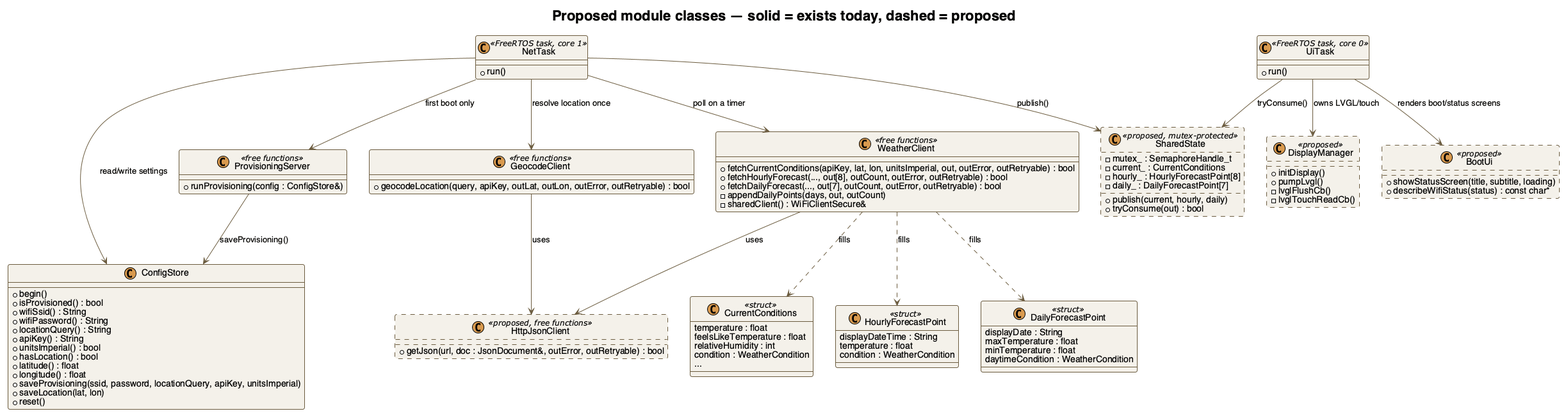
Before: docs/diagrams/class-diagram.png, a diagram exported from PlantUML (arunkumar-mourougappane/tab5-google-weather).
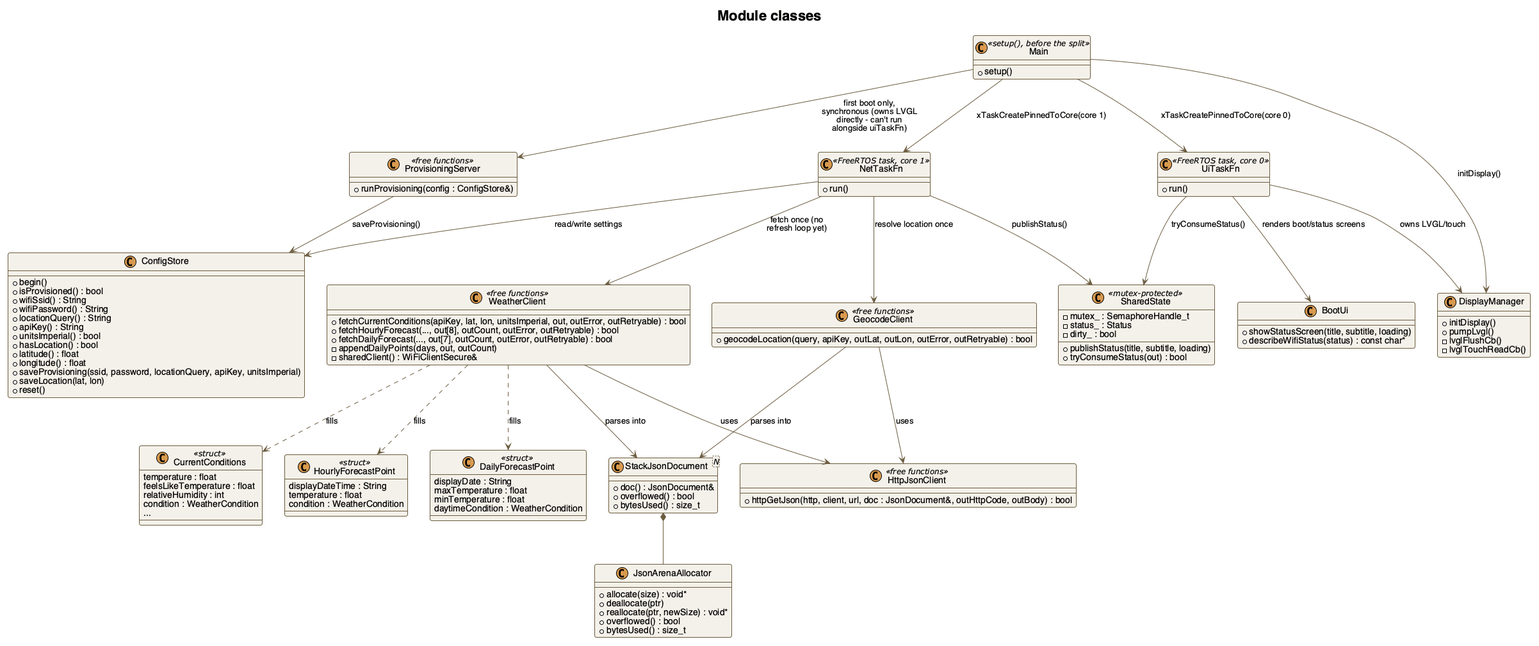
After the change.

Commit message:
refactor: split boot flow into uiTask (core 0) and netTask (core 1)

Change to the diagram source:
```diff
@@ -11,13 +11,17 @@
 }
 skinparam stereotypeCBackgroundColor #D99A4E
 
-title Proposed module classes — solid = exists today, dashed = proposed
+title Module classes
 
-class NetTask <<FreeRTOS task, core 1>> {
+class Main <<setup(), before the split>> {
+  + setup()
+}
+
+class NetTaskFn <<FreeRTOS task, core 1>> {
   + run()
 }
 
-class UiTask <<FreeRTOS task, core 0>> {
+class UiTaskFn <<FreeRTOS task, core 0>> {
   + run()
 }
 
@@ -41,9 +45,24 @@
   + runProvisioning(config : ConfigStore&)
 }
 
-class "HttpJsonClient" as HttpJsonClient <<proposed, free functions>> #line.dashed {
-  + getJson(url, doc : JsonDocument&, outError, outRetryable) : bool
+class "HttpJsonClient" as HttpJsonClient <<free functions>> {
+  + httpGetJson(http, client, url, doc : JsonDocument&, outHttpCode, outBody) : bool
 }
+
+class "JsonArenaAllocator" as JsonArena {
+  + allocate(size) : void*
+  + deallocate(ptr)
+  + reallocate(ptr, newSize) : void*
+  + overflowed() : bool
+  + bytesUsed() : size_t
+}
+
+class "StackJsonDocument<N>" as StackJsonDocument {
+  + doc() : JsonDocument&
+  + overflowed() : bool
+  + bytesUsed() : size_t
+}
+StackJsonDocument *-- JsonArena
 
 class GeocodeClient <<free functions>> {
   + geocodeLocation(query, apiKey, outLat, outLon, outError, outRetryable) : bool
@@ -78,42 +97,47 @@
   daytimeCondition : WeatherCondition
 }
 
-class "SharedState" as SharedState <<proposed, mutex-protected>> #line.dashed {
+class "SharedState" as SharedState <<mutex-protected>> {
   - mutex_ : SemaphoreHandle_t
-  - current_ : CurrentConditions
-  - hourly_ : HourlyForecastPoint[8]
-  - daily_ : DailyForecastPoint[7]
-  + publish(current, hourly, daily)
-  + tryConsume(out) : bool
+  - status_ : Status
+  - dirty_ : bool
+  + publishStatus(title, subtitle, loading)
+  + tryConsumeStatus(out) : bool
 }
 
-class "DisplayManager" as DisplayManager <<proposed>> #line.dashed {
+class "DisplayManager" as DisplayManager {
   + initDisplay()
   + pumpLvgl()
   - lvglFlushCb()
   - lvglTouchReadCb()
 }
 
-class "BootUi" as BootUi <<proposed>> #line.dashed {
+class "BootUi" as BootUi {
   + showStatusScreen(title, subtitle, loading)
   + describeWifiStatus(status) : const char*
 }
 
-NetTask --> ProvisioningServer : first boot only
-NetTask --> ConfigStore : read/write settings
-NetTask --> GeocodeClient : resolve location once
-NetTask --> WeatherClient : poll on a timer
-NetTask --> SharedState : publish()
+Main --> ProvisioningServer : first boot only,\nsynchronous (owns LVGL\ndirectly - can't run\nalongside uiTaskFn)
+Main --> DisplayManager : initDisplay()
+Main --> NetTaskFn : xTaskCreatePinnedToCore(core 1)
+Main --> UiTaskFn : xTaskCreatePinnedToCore(core 0)
+ProvisioningServer --> ConfigStore : saveProvisioning()
+
+NetTaskFn --> ConfigStore : read/write settings
+NetTaskFn --> GeocodeClient : resolve location once
+NetTaskFn --> WeatherClient : fetch once (no\nrefresh loop yet)
+NetTaskFn --> SharedState : publishStatus()
 
 GeocodeClient --> HttpJsonClient : uses
 WeatherClient --> HttpJsonClient : uses
+GeocodeClient --> StackJsonDocument : parses into
+WeatherClient --> StackJsonDocument : parses into
 WeatherClient ..> CurrentConditions : fills
 WeatherClient ..> HourlyForecastPoint : fills
 WeatherClient ..> DailyForecastPoint : fills
-ProvisioningServer --> ConfigStore : saveProvisioning()
 
-UiTask --> DisplayManager : owns LVGL/touch
-UiTask --> BootUi : renders boot/status screens
-UiTask --> SharedState : tryConsume()
+UiTaskFn --> DisplayManager : owns LVGL/touch
+UiTaskFn --> BootUi : renders boot/status screens
+UiTaskFn --> SharedState : tryConsumeStatus()
 
 @enduml
```
